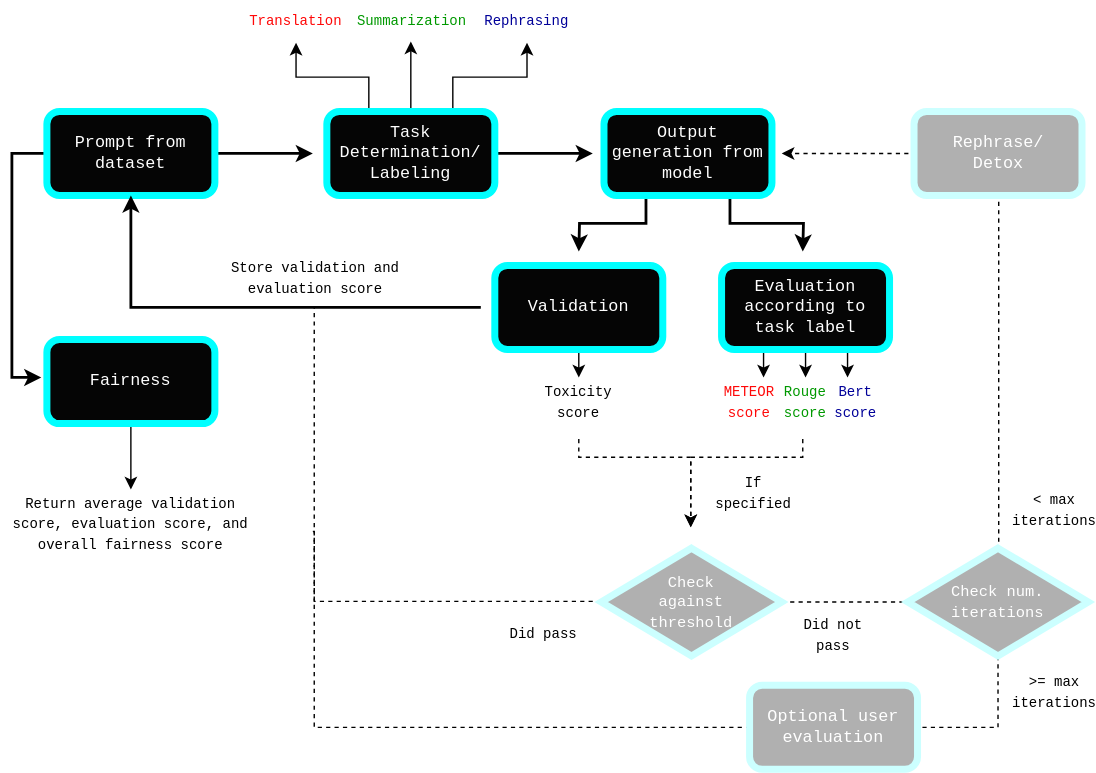
maamari/lares keeps this draw.io diagram as images/workflow.svg. Above is the earlier version. Source tidied: cells renumbered, new cells last; positions are measured from the earlier drawing's top-left corner, leaving out a move shared by most shapes. The source it was exported from:
```xml
<mxGraphModel>
  <root>
    <mxCell id="0" />
    <mxCell id="1" parent="0" />
    <mxCell id="2" style="edgeStyle=orthogonalEdgeStyle;rounded=0;jettySize=auto;html=1;exitX=1;exitY=0.5;exitDx=0;exitDy=0;strokeWidth=2;" parent="1" edge="1" source="4">
      <mxGeometry relative="1" as="geometry">
        <mxPoint x="220" y="109" as="targetPoint" />
      </mxGeometry>
    </mxCell>
    <mxCell id="3" style="edgeStyle=orthogonalEdgeStyle;rounded=0;jettySize=auto;html=1;exitX=0;exitY=0.5;exitDx=0;exitDy=0;strokeWidth=2;" parent="1" edge="1" source="4">
      <mxGeometry relative="1" as="geometry">
        <mxPoint x="26" y="269" as="targetPoint" />
        <Array as="points">
          <mxPoint x="5" y="109" />
          <mxPoint x="5" y="269" />
        </Array>
      </mxGeometry>
    </mxCell>
    <mxCell id="4" value="Prompt from dataset" style="rounded=1;whiteSpace=wrap;html=1;fillColor=#050505;fontColor=#FFFFFF;strokeColor=#00FFFF;strokeWidth=5;fontFamily=Courier New;" parent="1" vertex="1">
      <mxGeometry x="30" y="79" width="120" height="60" as="geometry" />
    </mxCell>
    <mxCell id="5" style="edgeStyle=orthogonalEdgeStyle;rounded=0;jettySize=auto;html=1;exitX=0.25;exitY=0;exitDx=0;exitDy=0;entryX=0.5;entryY=1;entryDx=0;entryDy=0;strokeWidth=1;" parent="1" edge="1" source="9" target="10">
      <mxGeometry relative="1" as="geometry" />
    </mxCell>
    <mxCell id="6" style="edgeStyle=orthogonalEdgeStyle;rounded=0;jettySize=auto;html=1;exitX=0.5;exitY=0;exitDx=0;exitDy=0;strokeWidth=1;" parent="1" edge="1" source="9">
      <mxGeometry relative="1" as="geometry">
        <mxPoint x="290" y="29" as="targetPoint" />
      </mxGeometry>
    </mxCell>
    <mxCell id="7" style="edgeStyle=orthogonalEdgeStyle;rounded=0;jettySize=auto;html=1;exitX=0.75;exitY=0;exitDx=0;exitDy=0;strokeWidth=1;" parent="1" edge="1" source="9" target="12">
      <mxGeometry relative="1" as="geometry" />
    </mxCell>
    <mxCell id="8" style="edgeStyle=orthogonalEdgeStyle;rounded=0;jettySize=auto;html=1;exitX=1;exitY=0.5;exitDx=0;exitDy=0;strokeWidth=2;" parent="1" edge="1" source="9">
      <mxGeometry relative="1" as="geometry">
        <mxPoint x="420" y="109" as="targetPoint" />
      </mxGeometry>
    </mxCell>
    <mxCell id="9" value="Task&lt;br&gt;Determination/&lt;br&gt;Labeling" style="rounded=1;whiteSpace=wrap;html=1;fillColor=#050505;fontColor=#FFFFFF;strokeColor=#00FFFF;strokeWidth=5;fontFamily=Courier New;" parent="1" vertex="1">
      <mxGeometry x="230" y="79" width="120" height="60" as="geometry" />
    </mxCell>
    <mxCell id="10" value="&lt;font style=&quot;font-size: 10px;&quot;&gt;Translation&lt;/font&gt;" style="text;html=1;strokeColor=none;fillColor=none;align=center;verticalAlign=middle;whiteSpace=wrap;rounded=0;fontColor=#FF0808;fontFamily=Courier New;" parent="1" vertex="1">
      <mxGeometry x="178" width="60" height="30" as="geometry" />
    </mxCell>
    <mxCell id="11" value="&lt;font style=&quot;font-size: 10px;&quot;&gt;Summarization&lt;/font&gt;" style="text;html=1;strokeColor=none;fillColor=none;align=center;verticalAlign=middle;whiteSpace=wrap;rounded=0;fontColor=#009900;fontFamily=Courier New;" parent="1" vertex="1">
      <mxGeometry x="261" width="60" height="30" as="geometry" />
    </mxCell>
    <mxCell id="12" value="&lt;font style=&quot;font-size: 10px;&quot;&gt;Rephrasing&lt;/font&gt;" style="text;html=1;strokeColor=none;fillColor=none;align=center;verticalAlign=middle;whiteSpace=wrap;rounded=0;fontSize=12;fontColor=#000099;fontFamily=Courier New;" parent="1" vertex="1">
      <mxGeometry x="343" width="60" height="30" as="geometry" />
    </mxCell>
    <mxCell id="13" style="edgeStyle=orthogonalEdgeStyle;rounded=0;jettySize=auto;html=1;exitX=0.25;exitY=1;exitDx=0;exitDy=0;strokeWidth=2;" parent="1" edge="1" source="15">
      <mxGeometry relative="1" as="geometry">
        <mxPoint x="410" y="179" as="targetPoint" />
      </mxGeometry>
    </mxCell>
    <mxCell id="14" style="edgeStyle=orthogonalEdgeStyle;rounded=0;jettySize=auto;html=1;exitX=0.75;exitY=1;exitDx=0;exitDy=0;strokeWidth=2;" parent="1" edge="1" source="15">
      <mxGeometry relative="1" as="geometry">
        <mxPoint x="570" y="179" as="targetPoint" />
      </mxGeometry>
    </mxCell>
    <mxCell id="15" value="Output generation from model" style="rounded=1;whiteSpace=wrap;html=1;fillColor=#050505;fontColor=#FFFFFF;strokeColor=#00FFFF;strokeWidth=5;fontFamily=Courier New;" parent="1" vertex="1">
      <mxGeometry x="428" y="79" width="120" height="60" as="geometry" />
    </mxCell>
    <mxCell id="16" style="edgeStyle=orthogonalEdgeStyle;rounded=0;jettySize=auto;html=1;exitX=0.25;exitY=1;exitDx=0;exitDy=0;" parent="1" edge="1" source="19">
      <mxGeometry relative="1" as="geometry">
        <mxPoint x="542" y="269" as="targetPoint" />
      </mxGeometry>
    </mxCell>
    <mxCell id="17" style="edgeStyle=orthogonalEdgeStyle;rounded=0;jettySize=auto;html=1;exitX=0.5;exitY=1;exitDx=0;exitDy=0;" parent="1" edge="1" source="19">
      <mxGeometry relative="1" as="geometry">
        <mxPoint x="572" y="269" as="targetPoint" />
      </mxGeometry>
    </mxCell>
    <mxCell id="18" style="edgeStyle=orthogonalEdgeStyle;rounded=0;jettySize=auto;html=1;exitX=0.75;exitY=1;exitDx=0;exitDy=0;" parent="1" edge="1" source="19">
      <mxGeometry relative="1" as="geometry">
        <mxPoint x="602" y="269" as="targetPoint" />
      </mxGeometry>
    </mxCell>
    <mxCell id="19" value="Evaluation according to task label" style="rounded=1;whiteSpace=wrap;html=1;fillColor=#050505;fontColor=#FFFFFF;strokeColor=#00FFFF;strokeWidth=5;fontFamily=Courier New;" parent="1" vertex="1">
      <mxGeometry x="512" y="189" width="120" height="60" as="geometry" />
    </mxCell>
    <mxCell id="20" style="edgeStyle=orthogonalEdgeStyle;rounded=0;jettySize=auto;html=1;exitX=0.5;exitY=1;exitDx=0;exitDy=0;" parent="1" edge="1" source="21">
      <mxGeometry relative="1" as="geometry">
        <mxPoint x="410" y="269" as="targetPoint" />
      </mxGeometry>
    </mxCell>
    <mxCell id="21" value="Validation" style="rounded=1;whiteSpace=wrap;html=1;fillColor=#050505;fontColor=#FFFFFF;strokeColor=#00FFFF;strokeWidth=5;fontFamily=Courier New;" parent="1" vertex="1">
      <mxGeometry x="350" y="189" width="120" height="60" as="geometry" />
    </mxCell>
    <mxCell id="22" value="&lt;font style=&quot;font-size: 10px;&quot;&gt;METEOR&lt;br&gt;score&lt;br&gt;&lt;/font&gt;" style="text;html=1;strokeColor=none;fillColor=none;align=center;verticalAlign=middle;whiteSpace=wrap;rounded=0;fontColor=#FF0808;fontFamily=Courier New;" parent="1" vertex="1">
      <mxGeometry x="502" y="272" width="60" height="30" as="geometry" />
    </mxCell>
    <mxCell id="23" value="&lt;font style=&quot;font-size: 10px;&quot;&gt;Rouge score&lt;/font&gt;" style="text;html=1;strokeColor=none;fillColor=none;align=center;verticalAlign=middle;whiteSpace=wrap;rounded=0;fontColor=#009900;fontFamily=Courier New;" parent="1" vertex="1">
      <mxGeometry x="542" y="272" width="60" height="30" as="geometry" />
    </mxCell>
    <mxCell id="24" value="&lt;font style=&quot;font-size: 10px;&quot;&gt;Bert score&lt;/font&gt;" style="text;html=1;strokeColor=none;fillColor=none;align=center;verticalAlign=middle;whiteSpace=wrap;rounded=0;fontSize=12;fontColor=#000099;fontFamily=Courier New;" parent="1" vertex="1">
      <mxGeometry x="578" y="272" width="60" height="30" as="geometry" />
    </mxCell>
    <mxCell id="25" value="&lt;font style=&quot;font-size: 10px;&quot;&gt;&lt;font color=&quot;#000000&quot;&gt;Toxicity score&lt;/font&gt;&lt;br&gt;&lt;/font&gt;" style="text;html=1;strokeColor=none;fillColor=none;align=center;verticalAlign=middle;whiteSpace=wrap;rounded=0;fontColor=#FF0808;fontFamily=Courier New;" parent="1" vertex="1">
      <mxGeometry x="380" y="272" width="60" height="30" as="geometry" />
    </mxCell>
    <mxCell id="26" style="endArrow=classic;html=1;rounded=0;dashed=1;" parent="1" edge="1">
      <mxGeometry relative="1" as="geometry">
        <mxPoint x="410" y="313" as="sourcePoint" />
        <mxPoint x="490" y="376" as="targetPoint" />
        <Array as="points">
          <mxPoint x="410" y="326" />
          <mxPoint x="490" y="326" />
        </Array>
      </mxGeometry>
    </mxCell>
    <mxCell id="27" style="endArrow=classic;html=1;rounded=0;dashed=1;" parent="1" edge="1">
      <mxGeometry relative="1" as="geometry">
        <mxPoint x="570" y="313" as="sourcePoint" />
        <mxPoint x="490" y="376" as="targetPoint" />
        <Array as="points">
          <mxPoint x="570" y="326" />
          <mxPoint x="490" y="326" />
        </Array>
      </mxGeometry>
    </mxCell>
    <mxCell id="28" value="&lt;font style=&quot;font-size: 10px;&quot;&gt;&lt;font color=&quot;#000000&quot;&gt;If specified&lt;/font&gt;&lt;br&gt;&lt;/font&gt;" style="text;html=1;strokeColor=none;fillColor=none;align=center;verticalAlign=middle;whiteSpace=wrap;rounded=0;fontColor=#FF0808;fontFamily=Courier New;" parent="1" vertex="1">
      <mxGeometry x="505" y="337" width="60" height="30" as="geometry" />
    </mxCell>
    <mxCell id="29" style="edgeStyle=orthogonalEdgeStyle;rounded=0;jettySize=auto;html=1;exitX=1;exitY=0.5;exitDx=0;exitDy=0;dashed=1;" parent="1" edge="1" source="31">
      <mxGeometry relative="1" as="geometry">
        <mxPoint x="555" y="109" as="targetPoint" />
        <Array as="points">
          <mxPoint x="710" y="430" />
          <mxPoint x="710" y="109" />
        </Array>
      </mxGeometry>
    </mxCell>
    <mxCell id="30" style="edgeStyle=orthogonalEdgeStyle;rounded=0;orthogonalLoop=1;jettySize=auto;html=1;dashed=1;endArrow=none;endFill=0;" parent="1" edge="1">
      <mxGeometry relative="1" as="geometry">
        <mxPoint x="420" y="429" as="sourcePoint" />
        <mxPoint x="160" y="218.5" as="targetPoint" />
        <Array as="points">
          <mxPoint x="221" y="429" />
          <mxPoint x="221" y="219" />
        </Array>
      </mxGeometry>
    </mxCell>
    <mxCell id="31" value="&lt;font style=&quot;font-size: 11px;&quot;&gt;Check &lt;br&gt;against &lt;br&gt;threshold&lt;/font&gt;" style="rhombus;whiteSpace=wrap;html=1;strokeWidth=5;strokeColor=#CCFFFF;fillColor=#B0B0B0;fontFamily=Courier New;fontColor=#FFFFFF;" parent="1" vertex="1">
      <mxGeometry x="426" y="391" width="129" height="77" as="geometry" />
    </mxCell>
    <mxCell id="32" value="&lt;font style=&quot;font-size: 10px;&quot;&gt;&lt;font color=&quot;#000000&quot;&gt;Did not pass&lt;/font&gt;&lt;br&gt;&lt;/font&gt;" style="text;html=1;strokeColor=none;fillColor=none;align=center;verticalAlign=middle;whiteSpace=wrap;rounded=0;fontColor=#FF0808;fontFamily=Courier New;" parent="1" vertex="1">
      <mxGeometry x="562" y="438" width="60" height="30" as="geometry" />
    </mxCell>
    <mxCell id="33" value="&lt;font style=&quot;font-size: 10px;&quot;&gt;&lt;font color=&quot;#000000&quot;&gt;Did pass&lt;/font&gt;&lt;br&gt;&lt;/font&gt;" style="text;html=1;strokeColor=none;fillColor=none;align=center;verticalAlign=middle;whiteSpace=wrap;rounded=0;fontColor=#FF0808;fontFamily=Courier New;" parent="1" vertex="1">
      <mxGeometry x="355" y="438" width="60" height="30" as="geometry" />
    </mxCell>
    <mxCell id="34" style="endArrow=classic;html=1;rounded=0;strokeWidth=2;entryX=0.5;entryY=1;entryDx=0;entryDy=0;" parent="1" edge="1" target="4">
      <mxGeometry relative="1" as="geometry">
        <mxPoint x="340" y="219" as="sourcePoint" />
        <Array as="points">
          <mxPoint x="90" y="219" />
        </Array>
      </mxGeometry>
    </mxCell>
    <mxCell id="35" value="&lt;font style=&quot;font-size: 10px;&quot;&gt;&lt;font color=&quot;#000000&quot;&gt;Store validation and evaluation score&lt;/font&gt;&lt;br&gt;&lt;/font&gt;" style="text;html=1;strokeColor=none;fillColor=none;align=center;verticalAlign=middle;whiteSpace=wrap;rounded=0;fontColor=#FF0808;fontFamily=Courier New;" parent="1" vertex="1">
      <mxGeometry x="132" y="183" width="180" height="30" as="geometry" />
    </mxCell>
    <mxCell id="36" style="edgeStyle=orthogonalEdgeStyle;rounded=0;jettySize=auto;html=1;exitX=0.5;exitY=1;exitDx=0;exitDy=0;" parent="1" edge="1" source="37">
      <mxGeometry relative="1" as="geometry">
        <mxPoint x="90" y="349" as="targetPoint" />
      </mxGeometry>
    </mxCell>
    <mxCell id="37" value="Fairness" style="rounded=1;whiteSpace=wrap;html=1;fillColor=#050505;fontColor=#FFFFFF;strokeColor=#00FFFF;strokeWidth=5;fontFamily=Courier New;" parent="1" vertex="1">
      <mxGeometry x="30" y="242" width="120" height="60" as="geometry" />
    </mxCell>
    <mxCell id="38" value="&lt;font style=&quot;font-size: 10px;&quot;&gt;&lt;font color=&quot;#000000&quot;&gt;Return average validation score, evaluation score, and overall fairness score&lt;/font&gt;&lt;br&gt;&lt;/font&gt;" style="text;html=1;strokeColor=none;fillColor=none;align=center;verticalAlign=middle;whiteSpace=wrap;rounded=0;fontColor=#FF0808;fontFamily=Courier New;" parent="1" vertex="1">
      <mxGeometry y="359" width="180" height="30" as="geometry" />
    </mxCell>
    <mxCell id="39" style="edgeStyle=orthogonalEdgeStyle;rounded=0;orthogonalLoop=1;jettySize=auto;html=1;exitX=0.5;exitY=1;exitDx=0;exitDy=0;dashed=1;endArrow=none;endFill=0;" parent="1" edge="1">
      <mxGeometry relative="1" as="geometry">
        <mxPoint x="709.5" y="468" as="sourcePoint" />
        <mxPoint x="220" y="379" as="targetPoint" />
        <Array as="points">
          <mxPoint x="710" y="519" />
          <mxPoint x="221" y="519" />
        </Array>
      </mxGeometry>
    </mxCell>
    <mxCell id="40" value="&lt;span style=&quot;font-size: 11px;&quot;&gt;Check num. iterations&lt;/span&gt;" style="rhombus;whiteSpace=wrap;html=1;strokeWidth=5;strokeColor=#CCFFFF;fillColor=#B0B0B0;fontFamily=Courier New;fontColor=#FFFFFF;" parent="1" vertex="1">
      <mxGeometry x="645" y="391" width="129" height="77" as="geometry" />
    </mxCell>
    <mxCell id="41" value="&lt;font style=&quot;font-size: 10px;&quot;&gt;&lt;font color=&quot;#000000&quot;&gt;&amp;lt; max iterations&lt;/font&gt;&lt;br&gt;&lt;/font&gt;" style="text;html=1;strokeColor=none;fillColor=none;align=center;verticalAlign=middle;whiteSpace=wrap;rounded=0;fontColor=#FF0808;fontFamily=Courier New;" parent="1" vertex="1">
      <mxGeometry x="720" y="349" width="60" height="30" as="geometry" />
    </mxCell>
    <mxCell id="42" value="&lt;font style=&quot;font-size: 10px;&quot;&gt;&lt;font color=&quot;#000000&quot;&gt;&amp;gt;= max iterations&lt;/font&gt;&lt;br&gt;&lt;/font&gt;" style="text;html=1;strokeColor=none;fillColor=none;align=center;verticalAlign=middle;whiteSpace=wrap;rounded=0;fontColor=#FF0808;fontFamily=Courier New;" parent="1" vertex="1">
      <mxGeometry x="720" y="479" width="60" height="30" as="geometry" />
    </mxCell>
    <mxCell id="43" value="Optional user evaluation" style="rounded=1;whiteSpace=wrap;html=1;fillColor=#B0B0B0;fontColor=#FFFFFF;strokeColor=#CCFFFF;strokeWidth=5;fontFamily=Courier New;" parent="1" vertex="1">
      <mxGeometry x="532" y="489" width="120" height="60" as="geometry" />
    </mxCell>
    <mxCell id="44" value="Rephrase/&lt;br&gt;Detox" style="rounded=1;whiteSpace=wrap;html=1;fillColor=#B0B0B0;fontColor=#FFFFFF;strokeColor=#CCFFFF;strokeWidth=5;fontFamily=Courier New;" parent="1" vertex="1">
      <mxGeometry x="649.5" y="79" width="120" height="60" as="geometry" />
    </mxCell>
  </root>
</mxGraphModel>
```
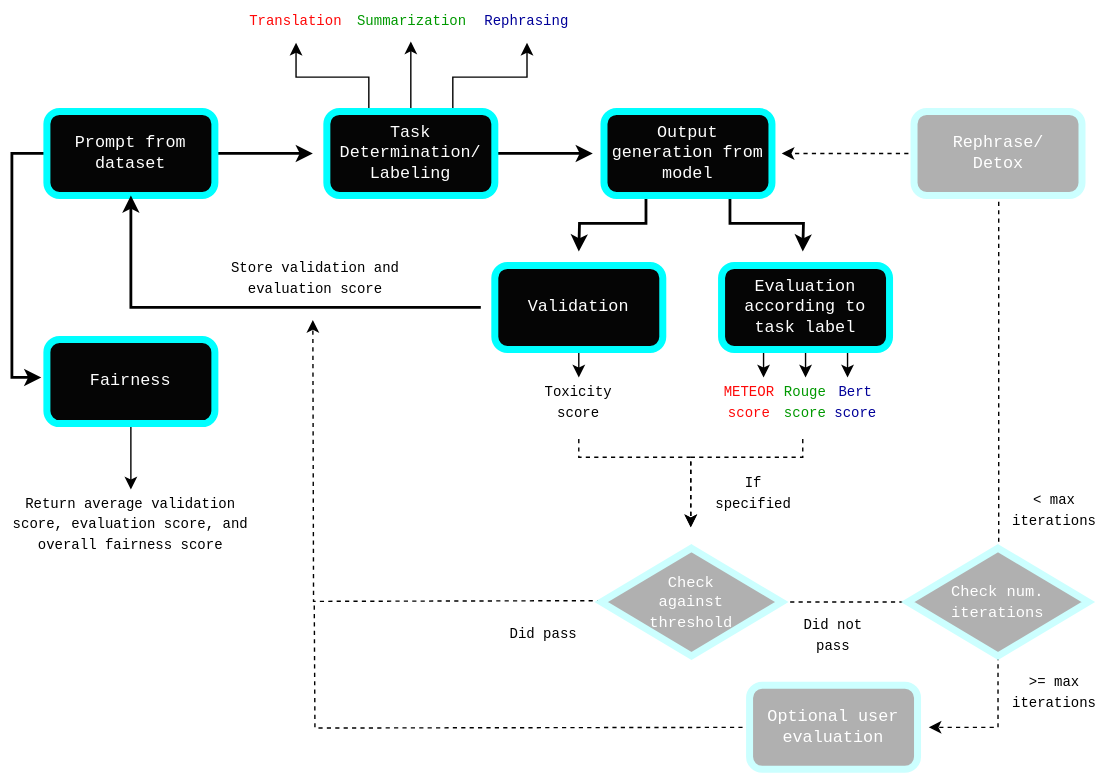
After the commit.

The edit, as a diff of the source:
```diff
@@ -130,16 +130,12 @@
         </Array>
       </mxGeometry>
     </mxCell>
-    <mxCell id="30" style="edgeStyle=orthogonalEdgeStyle;rounded=0;orthogonalLoop=1;jettySize=auto;html=1;dashed=1;endArrow=none;endFill=0;" parent="1" edge="1">
-      <mxGeometry relative="1" as="geometry">
-        <mxPoint x="420" y="429" as="sourcePoint" />
-        <mxPoint x="160" y="218.5" as="targetPoint" />
-        <Array as="points">
-          <mxPoint x="221" y="429" />
-          <mxPoint x="221" y="219" />
-        </Array>
-      </mxGeometry>
-    </mxCell>
+    <mxCell id="45" style="edgeStyle=orthogonalEdgeStyle;rounded=0;orthogonalLoop=1;jettySize=auto;html=1;exitX=0;exitY=0.5;exitDx=0;exitDy=0;dashed=1;" parent="1" edge="1">
+      <mxGeometry relative="1" as="geometry">
+        <mxPoint x="426" y="428.5" as="sourcePoint" />
+        <mxPoint x="220" y="228" as="targetPoint" />
+      </mxGeometry>
+    </mxCell>
     <mxCell id="31" value="&lt;font style=&quot;font-size: 11px;&quot;&gt;Check &lt;br&gt;against &lt;br&gt;threshold&lt;/font&gt;" style="rhombus;whiteSpace=wrap;html=1;strokeWidth=5;strokeColor=#CCFFFF;fillColor=#B0B0B0;fontFamily=Courier New;fontColor=#FFFFFF;" parent="1" vertex="1">
       <mxGeometry x="426" y="391" width="129" height="77" as="geometry" />
     </mxCell>
@@ -171,16 +167,14 @@
     <mxCell id="38" value="&lt;font style=&quot;font-size: 10px;&quot;&gt;&lt;font color=&quot;#000000&quot;&gt;Return average validation score, evaluation score, and overall fairness score&lt;/font&gt;&lt;br&gt;&lt;/font&gt;" style="text;html=1;strokeColor=none;fillColor=none;align=center;verticalAlign=middle;whiteSpace=wrap;rounded=0;fontColor=#FF0808;fontFamily=Courier New;" parent="1" vertex="1">
       <mxGeometry y="359" width="180" height="30" as="geometry" />
     </mxCell>
-    <mxCell id="39" style="edgeStyle=orthogonalEdgeStyle;rounded=0;orthogonalLoop=1;jettySize=auto;html=1;exitX=0.5;exitY=1;exitDx=0;exitDy=0;dashed=1;endArrow=none;endFill=0;" parent="1" edge="1">
-      <mxGeometry relative="1" as="geometry">
-        <mxPoint x="709.5" y="468" as="sourcePoint" />
-        <mxPoint x="220" y="379" as="targetPoint" />
-        <Array as="points">
-          <mxPoint x="710" y="519" />
-          <mxPoint x="221" y="519" />
-        </Array>
-      </mxGeometry>
-    </mxCell>
+    <mxCell id="46" style="edgeStyle=orthogonalEdgeStyle;rounded=0;jettySize=auto;html=1;exitX=0.5;exitY=1;exitDx=0;exitDy=0;dashed=1;" parent="1" edge="1" source="40">
+      <mxGeometry relative="1" as="geometry">
+        <mxPoint x="660" y="519" as="targetPoint" />
+        <Array as="points">
+          <mxPoint x="710" y="519" />
+        </Array>
+      </mxGeometry>
+    </mxCell>
     <mxCell id="40" value="&lt;span style=&quot;font-size: 11px;&quot;&gt;Check num. iterations&lt;/span&gt;" style="rhombus;whiteSpace=wrap;html=1;strokeWidth=5;strokeColor=#CCFFFF;fillColor=#B0B0B0;fontFamily=Courier New;fontColor=#FFFFFF;" parent="1" vertex="1">
       <mxGeometry x="645" y="391" width="129" height="77" as="geometry" />
     </mxCell>
@@ -190,6 +184,12 @@
     <mxCell id="42" value="&lt;font style=&quot;font-size: 10px;&quot;&gt;&lt;font color=&quot;#000000&quot;&gt;&amp;gt;= max iterations&lt;/font&gt;&lt;br&gt;&lt;/font&gt;" style="text;html=1;strokeColor=none;fillColor=none;align=center;verticalAlign=middle;whiteSpace=wrap;rounded=0;fontColor=#FF0808;fontFamily=Courier New;" parent="1" vertex="1">
       <mxGeometry x="720" y="479" width="60" height="30" as="geometry" />
     </mxCell>
+    <mxCell id="47" style="edgeStyle=orthogonalEdgeStyle;rounded=0;orthogonalLoop=1;jettySize=auto;html=1;exitX=0;exitY=0.5;exitDx=0;exitDy=0;dashed=1;endArrow=none;endFill=0;" parent="1" edge="1">
+      <mxGeometry relative="1" as="geometry">
+        <mxPoint x="533" y="519" as="sourcePoint" />
+        <mxPoint x="221" y="429" as="targetPoint" />
+      </mxGeometry>
+    </mxCell>
     <mxCell id="43" value="Optional user evaluation" style="rounded=1;whiteSpace=wrap;html=1;fillColor=#B0B0B0;fontColor=#FFFFFF;strokeColor=#CCFFFF;strokeWidth=5;fontFamily=Courier New;" parent="1" vertex="1">
       <mxGeometry x="532" y="489" width="120" height="60" as="geometry" />
     </mxCell>
```
